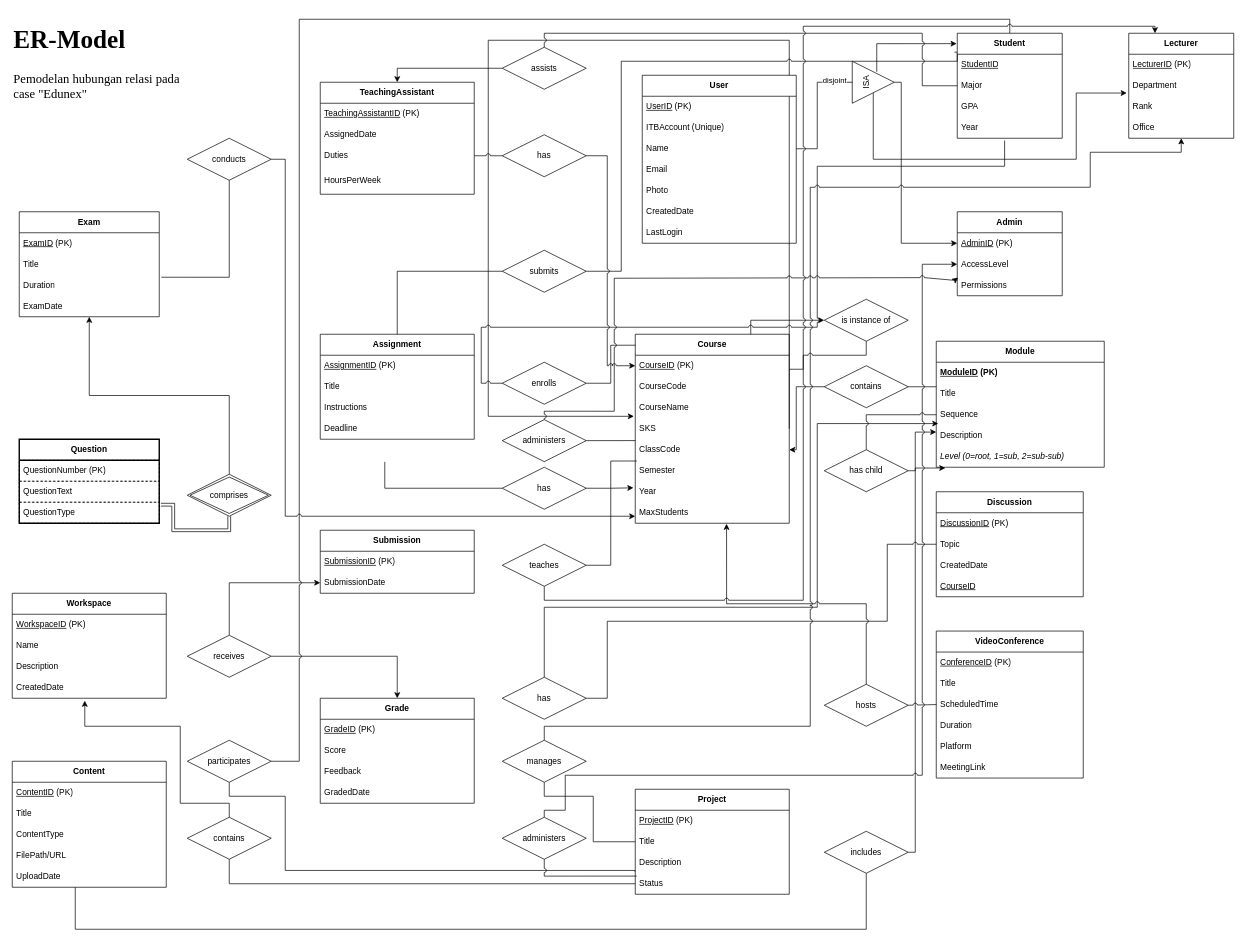
Above: page "Page-12" (15 of 31) of EDM.drawio in HaikalE/-JavaScript-Interactive-Photo-Gallery (draw.io), before the change. Source tidied: cells renumbered, new cells numbered last; positions are measured from the earlier drawing's top-left corner, leaving out a move shared by most shapes. Both pictures are drawn from the tidied source at 70%, with x=0, y=0 at pixel (12, 19).
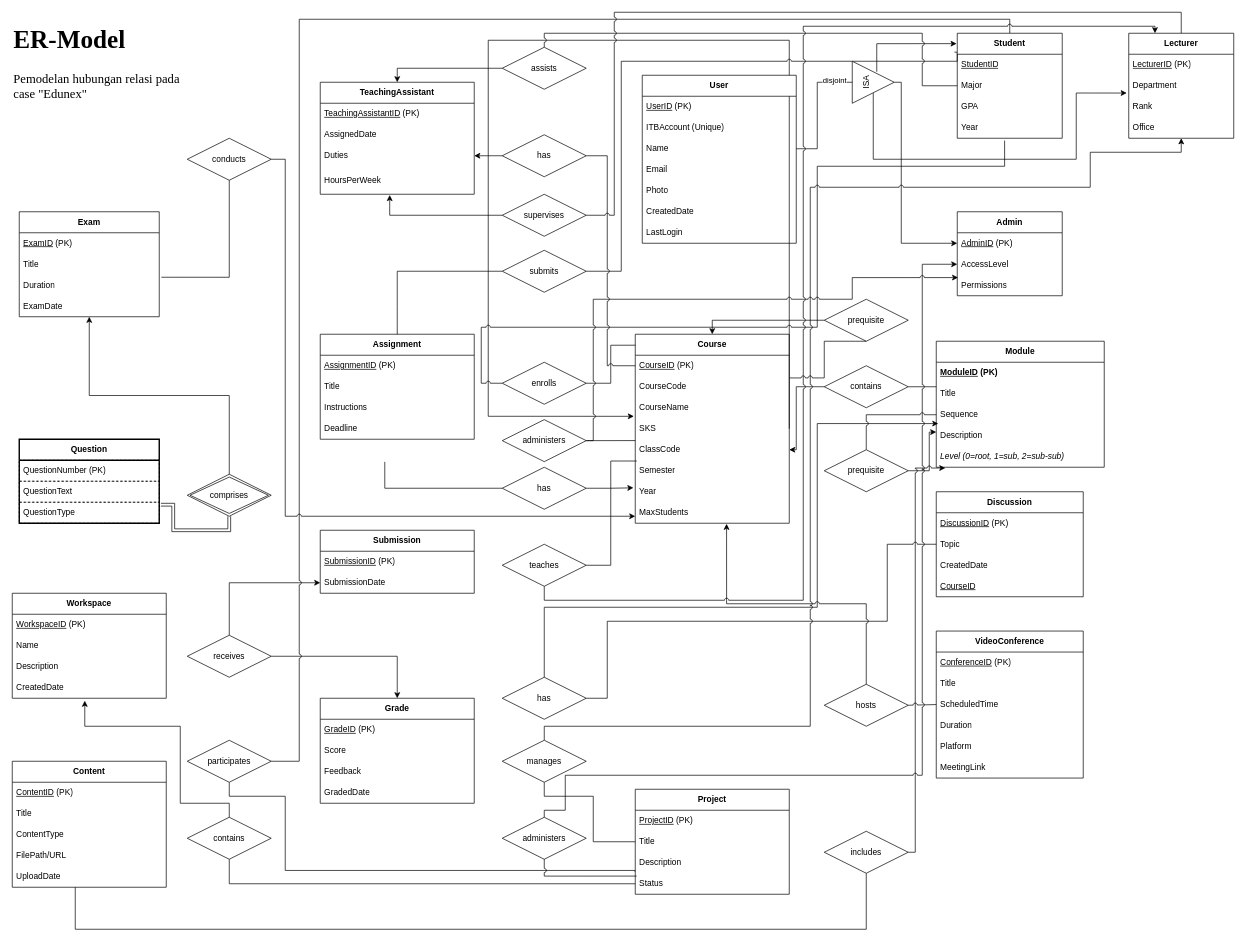
The same diagram, later.

Unchanged cells that the change refers to:
```xml
<mxCell id="2" value="Course" style="swimlane;fontStyle=1;horizontal=1;startSize=30;whiteSpace=wrap;html=1;" parent="1" vertex="1">
  <mxGeometry x="890" y="450" width="220" height="270" as="geometry" />
</mxCell>
<mxCell id="3" value="&lt;u&gt;CourseID&lt;/u&gt; (PK)" style="text;strokeColor=none;fillColor=none;align=left;verticalAlign=middle;spacingLeft=4;spacingRight=4;overflow=hidden;points=[[0,0.5],[1,0.5]];portConstraint=eastwest;whiteSpace=wrap;html=1;" parent="2" vertex="1">
  <mxGeometry y="30" width="220" height="30" as="geometry" />
</mxCell>
<mxCell id="4" value="CourseCode" style="text;strokeColor=none;fillColor=none;align=left;verticalAlign=middle;spacingLeft=4;spacingRight=4;overflow=hidden;points=[[0,0.5],[1,0.5]];portConstraint=eastwest;whiteSpace=wrap;html=1;" parent="2" vertex="1">
  <mxGeometry y="60" width="220" height="30" as="geometry" />
</mxCell>
<mxCell id="118" value="Lecturer" style="swimlane;fontStyle=1;horizontal=1;startSize=30;whiteSpace=wrap;html=1;fillColor=default;strokeColor=default;" parent="1" vertex="1">
  <mxGeometry x="1595" y="20" width="150" height="150" as="geometry" />
</mxCell>
<mxCell id="128" value="Permissions" style="text;strokeColor=none;fillColor=none;align=left;verticalAlign=middle;spacingLeft=4;spacingRight=4;overflow=hidden;points=[[0,0.5],[1,0.5]];portConstraint=eastwest;whiteSpace=wrap;html=1;" parent="125" vertex="1">
  <mxGeometry y="90" width="150" height="30" as="geometry" />
</mxCell>
<mxCell id="133" value="administers" style="rhombus;whiteSpace=wrap;html=1;" parent="1" vertex="1">
  <mxGeometry x="700" y="572" width="120" height="60" as="geometry" />
</mxCell>
<mxCell id="141" value="Duties" style="text;strokeColor=none;fillColor=none;align=left;verticalAlign=middle;spacingLeft=4;spacingRight=4;overflow=hidden;points=[[0,0.5],[1,0.5]];portConstraint=eastwest;whiteSpace=wrap;html=1;" parent="138" vertex="1">
  <mxGeometry y="90" width="220" height="30" as="geometry" />
</mxCell>
<mxCell id="142" value="HoursPerWeek" style="text;strokeColor=none;fillColor=none;align=left;verticalAlign=middle;spacingLeft=4;spacingRight=4;overflow=hidden;points=[[0,0.5],[1,0.5]];portConstraint=eastwest;whiteSpace=wrap;html=1;" parent="138" vertex="1">
  <mxGeometry y="120" width="220" height="40" as="geometry" />
</mxCell>
<mxCell id="146" value="has" style="rhombus;whiteSpace=wrap;html=1;" parent="1" vertex="1">
  <mxGeometry x="700" y="165" width="120" height="60" as="geometry" />
</mxCell>
<mxCell id="161" value="Description" style="text;strokeColor=none;fillColor=none;align=left;verticalAlign=middle;spacingLeft=4;spacingRight=4;overflow=hidden;points=[[0,0.5],[1,0.5]];portConstraint=eastwest;whiteSpace=wrap;html=1;" parent="157" vertex="1">
  <mxGeometry y="120" width="240" height="30" as="geometry" />
</mxCell>
```

Diff of the diagram source:
```diff
@@
-    <mxCell id="20" style="edgeStyle=orthogonalEdgeStyle;rounded=0;jettySize=auto;html=1;exitX=0.75;exitY=0;exitDx=0;exitDy=0;entryX=0;entryY=0.5;entryDx=0;entryDy=0;endArrow=classic;endFill=1;" parent="1" edge="1" source="2" target="150">
-      <mxGeometry relative="1" as="geometry" />
-    </mxCell>
@@
-    <mxCell id="74" value="has child" style="rhombus;whiteSpace=wrap;html=1;" parent="1" vertex="1">
+    <mxCell id="74" value="prequisite" style="rhombus;whiteSpace=wrap;html=1;" parent="1" vertex="1">
       <mxGeometry x="1160" y="615" width="120" height="60" as="geometry" />
     </mxCell>
     <mxCell id="75" style="rounded=0;jettySize=auto;html=1;jumpStyle=arc;startArrow=none;endArrow=classic;endFill=1;entryX=0;entryY=0.325;entryDx=0;entryDy=0;entryPerimeter=0;exitX=1;exitY=0.5;exitDx=0;exitDy=0;edgeStyle=orthogonalEdgeStyle;" parent="1" edge="1" source="74" target="161">
       <mxGeometry relative="1" as="geometry">
         <Array as="points">
-          <mxPoint x="1290" y="645" />
-          <mxPoint x="1290" y="590" />
+          <mxPoint x="1310" y="645" />
+          <mxPoint x="1310" y="590" />
         </Array>
       </mxGeometry>
     </mxCell>
@@
-    <mxCell id="124" style="edgeStyle=orthogonalEdgeStyle;rounded=0;jettySize=auto;html=1;jumpStyle=arc;entryX=0.008;entryY=0.135;entryDx=0;entryDy=0;entryPerimeter=0;" parent="1" edge="1" source="133" target="128">
+    <mxCell id="124" style="rounded=0;jettySize=auto;html=1;jumpStyle=arc;entryX=0.008;entryY=0.135;entryDx=0;entryDy=0;entryPerimeter=0;edgeStyle=orthogonalEdgeStyle;" parent="1" edge="1" source="133" target="128">
       <mxGeometry relative="1" as="geometry">
         <Array as="points">
-          <mxPoint x="760" y="560" />
-          <mxPoint x="860" y="560" />
-          <mxPoint x="860" y="370" />
-          <mxPoint x="1350" y="370" />
+          <mxPoint x="830" y="602" />
+          <mxPoint x="830" y="400" />
+          <mxPoint x="1200" y="400" />
+          <mxPoint x="1200" y="369" />
         </Array>
       </mxGeometry>
     </mxCell>
@@
+    <mxCell id="164" style="edgeStyle=orthogonalEdgeStyle;rounded=0;jettySize=auto;html=1;exitX=0;exitY=0.5;exitDx=0;exitDy=0;entryX=1;entryY=0.5;entryDx=0;entryDy=0;" parent="1" edge="1" source="146" target="141">
+      <mxGeometry relative="1" as="geometry" />
+    </mxCell>
@@
-    <mxCell id="147" style="edgeStyle=orthogonalEdgeStyle;rounded=0;jettySize=auto;html=1;exitX=1;exitY=0.5;exitDx=0;exitDy=0;entryX=0;entryY=0.5;entryDx=0;entryDy=0;endArrow=none;endFill=0;jumpStyle=arc;" parent="1" edge="1" target="146">
-      <mxGeometry relative="1" as="geometry">
-        <mxPoint x="660" y="195" as="sourcePoint" />
-      </mxGeometry>
-    </mxCell>
-    <mxCell id="148" style="edgeStyle=orthogonalEdgeStyle;rounded=0;jettySize=auto;html=1;exitX=1;exitY=0.5;exitDx=0;exitDy=0;entryX=0;entryY=0.5;entryDx=0;entryDy=0;jumpStyle=arc;" parent="1" edge="1" source="146" target="3">
+    <mxCell id="148" style="edgeStyle=orthogonalEdgeStyle;rounded=0;jettySize=auto;html=1;exitX=1;exitY=0.5;exitDx=0;exitDy=0;entryX=0;entryY=0.5;entryDx=0;entryDy=0;jumpStyle=arc;endArrow=none;endFill=0;" parent="1" edge="1" source="146" target="3">
       <mxGeometry relative="1" as="geometry">
         <Array as="points">
           <mxPoint x="850" y="195" />
           <mxPoint x="850" y="495" />
         </Array>
       </mxGeometry>
     </mxCell>
-    <mxCell id="149" style="rounded=0;jettySize=auto;html=1;exitX=0.5;exitY=1;exitDx=0;exitDy=0;edgeStyle=orthogonalEdgeStyle;endArrow=none;endFill=0;jumpStyle=arc;" parent="1" edge="1" source="150">
-      <mxGeometry relative="1" as="geometry">
-        <mxPoint x="1110" y="500" as="targetPoint" />
-        <Array as="points">
-          <mxPoint x="1220" y="480" />
-          <mxPoint x="1130" y="480" />
-          <mxPoint x="1130" y="500" />
-        </Array>
-      </mxGeometry>
-    </mxCell>
+    <mxCell id="165" style="edgeStyle=orthogonalEdgeStyle;rounded=0;jettySize=auto;html=1;exitX=0;exitY=0.5;exitDx=0;exitDy=0;entryX=0.5;entryY=0;entryDx=0;entryDy=0;" parent="1" edge="1" source="150" target="2">
+      <mxGeometry relative="1" as="geometry" />
+    </mxCell>
-    <mxCell id="150" value="is instance of" style="rhombus;whiteSpace=wrap;html=1;" parent="1" vertex="1">
+    <mxCell id="150" value="prequisite" style="rhombus;whiteSpace=wrap;html=1;" parent="1" vertex="1">
       <mxGeometry x="1160" y="400" width="120" height="60" as="geometry" />
     </mxCell>
@@
+    <mxCell id="166" style="edgeStyle=orthogonalEdgeStyle;rounded=0;jettySize=auto;html=1;exitX=1;exitY=0.5;exitDx=0;exitDy=0;entryX=0.5;entryY=0;entryDx=0;entryDy=0;jumpStyle=arc;endArrow=none;endFill=0;" parent="1" edge="1" source="167" target="118">
+      <mxGeometry relative="1" as="geometry">
+        <Array as="points">
+          <mxPoint x="860" y="280" />
+          <mxPoint x="860" y="-10" />
+          <mxPoint x="1670" y="-10" />
+        </Array>
+      </mxGeometry>
+    </mxCell>
+    <mxCell id="167" value="supervises" style="rhombus;whiteSpace=wrap;html=1;" parent="1" vertex="1">
+      <mxGeometry x="700" y="250" width="120" height="60" as="geometry" />
+    </mxCell>
+    <mxCell id="168" style="edgeStyle=orthogonalEdgeStyle;rounded=0;jettySize=auto;html=1;exitX=0;exitY=0.5;exitDx=0;exitDy=0;entryX=0.451;entryY=1.027;entryDx=0;entryDy=0;entryPerimeter=0;" parent="1" edge="1" source="167" target="142">
+      <mxGeometry relative="1" as="geometry">
+        <Array as="points">
+          <mxPoint x="539" y="280" />
+        </Array>
+      </mxGeometry>
+    </mxCell>
+    <mxCell id="169" style="edgeStyle=orthogonalEdgeStyle;rounded=0;jettySize=auto;html=1;exitX=0.5;exitY=1;exitDx=0;exitDy=0;entryX=1.001;entryY=0.081;entryDx=0;entryDy=0;entryPerimeter=0;endArrow=none;endFill=0;jumpStyle=arc;" parent="1" edge="1" source="150" target="4">
+      <mxGeometry relative="1" as="geometry">
+        <Array as="points">
+          <mxPoint x="1160" y="460" />
+          <mxPoint x="1160" y="512" />
+        </Array>
+      </mxGeometry>
+    </mxCell>
```
